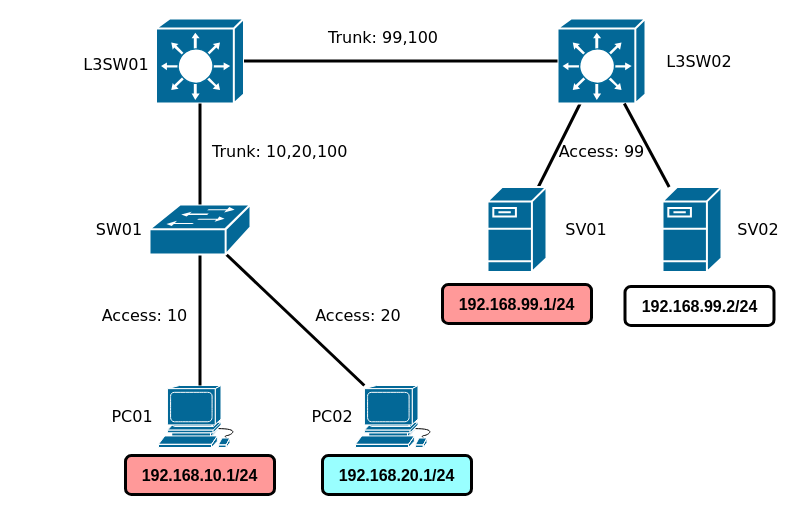
The draw.io diagram draw/no11.drawio in FikaStudio-code/YouTube, before the edit. Source tidied: cells renumbered, new cells numbered last; positions are measured from the earlier drawing's top-left corner, leaving out a move shared by most shapes. Both pictures are drawn from the tidied source at 100%, with x=0, y=0 at pixel (86, 18).
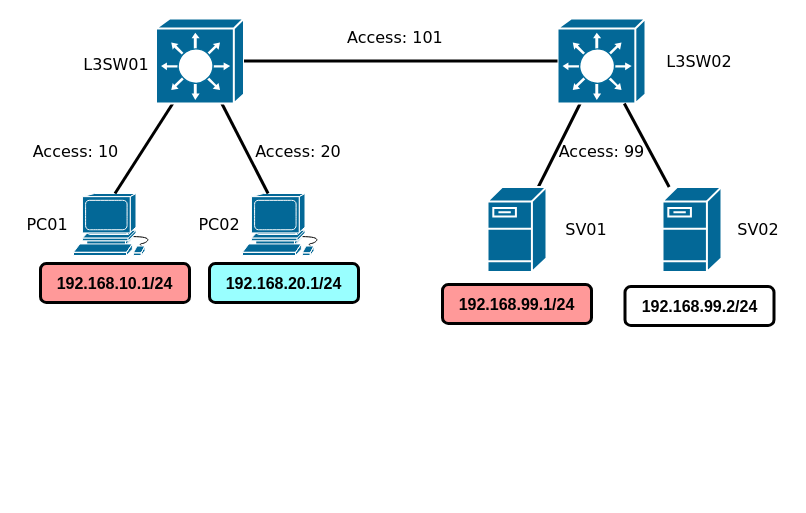
The same page after the edit.

Unchanged cells that the change refers to:
```xml
<mxCell id="14" style="shape=mxgraph.cisco.switches.layer_3_switch;sketch=0;html=1;dashed=0;fillColor=#036897;strokeColor=#ffffff;strokeWidth=2;verticalLabelPosition=bottom;verticalAlign=top;align=center;outlineConnect=0;" parent="1" vertex="1">
  <mxGeometry x="69.5" width="88" height="85" as="geometry" />
</mxCell>
```

Diff of the diagram source:
```diff
@@
     <mxCell id="2" style="shape=mxgraph.cisco.computers_and_peripherals.workstation;sketch=0;html=1;dashed=0;fillColor=#036897;strokeColor=#FFFFFF;strokeWidth=1;verticalLabelPosition=bottom;verticalAlign=top;align=center;outlineConnect=0;" parent="1" vertex="1">
-      <mxGeometry x="72" y="367" width="83" height="62" as="geometry" />
+      <mxGeometry x="-13" y="175" width="83" height="62" as="geometry" />
     </mxCell>
-    <mxCell id="3" style="edgeStyle=none;html=1;entryX=0.5;entryY=0;entryDx=0;entryDy=0;entryPerimeter=0;strokeWidth=3;endArrow=none;endFill=0;strokeColor=#000000;startArrow=none;" parent="1" edge="1" source="13" target="2">
+    <mxCell id="3" style="edgeStyle=none;html=1;entryX=0.5;entryY=0;entryDx=0;entryDy=0;entryPerimeter=0;strokeWidth=3;endArrow=none;endFill=0;strokeColor=#000000;startArrow=none;" parent="1" edge="1" source="14" target="2">
       <mxGeometry relative="1" as="geometry" />
     </mxCell>
@@
     <mxCell id="5" value="Access: 20" style="text;html=1;strokeColor=none;fillColor=none;align=center;verticalAlign=middle;whiteSpace=wrap;rounded=0;strokeWidth=1;fontColor=#000000;fontFamily=Verdana;fontSize=16;" parent="1" vertex="1">
-      <mxGeometry x="225" y="282" width="94" height="30" as="geometry" />
+      <mxGeometry x="165" y="118" width="94" height="30" as="geometry" />
     </mxCell>
     <mxCell id="6" value="PC01" style="text;html=1;strokeColor=none;fillColor=none;align=center;verticalAlign=middle;whiteSpace=wrap;rounded=0;strokeWidth=1;fontColor=#000000;fontFamily=Verdana;fontSize=16;" parent="1" vertex="1">
-      <mxGeometry x="16" y="383" width="60" height="30" as="geometry" />
+      <mxGeometry x="-69" y="191" width="60" height="30" as="geometry" />
     </mxCell>
-    <mxCell id="7" value="Trunk: 10,20,100" style="text;html=1;strokeColor=none;fillColor=none;align=left;verticalAlign=middle;whiteSpace=wrap;rounded=0;strokeWidth=1;fontColor=#000000;fontFamily=Verdana;fontSize=16;" parent="1" vertex="1">
-      <mxGeometry x="124" y="118" width="145" height="30" as="geometry" />
-    </mxCell>
     <mxCell id="8" value="Access: 10" style="text;html=1;strokeColor=none;fillColor=none;align=center;verticalAlign=middle;whiteSpace=wrap;rounded=0;strokeWidth=1;fontColor=#000000;fontFamily=Verdana;fontSize=16;" parent="1" vertex="1">
-      <mxGeometry x="9" y="282" width="99" height="30" as="geometry" />
+      <mxGeometry x="-60" y="118" width="99" height="30" as="geometry" />
     </mxCell>
     <mxCell id="9" style="shape=mxgraph.cisco.computers_and_peripherals.workstation;sketch=0;html=1;dashed=0;fillColor=#036897;strokeColor=#FFFFFF;strokeWidth=1;verticalLabelPosition=bottom;verticalAlign=top;align=center;outlineConnect=0;" parent="1" vertex="1">
-      <mxGeometry x="269" y="367" width="83" height="62" as="geometry" />
+      <mxGeometry x="156" y="175" width="83" height="62" as="geometry" />
     </mxCell>
-    <mxCell id="10" style="edgeStyle=none;html=1;strokeWidth=3;endArrow=none;endFill=0;strokeColor=#000000;" parent="1" edge="1" source="13" target="9">
+    <mxCell id="10" style="edgeStyle=none;html=1;strokeWidth=3;endArrow=none;endFill=0;strokeColor=#000000;" parent="1" edge="1" source="14" target="9">
       <mxGeometry relative="1" as="geometry" />
     </mxCell>
     <mxCell id="11" value="PC02" style="text;html=1;strokeColor=none;fillColor=none;align=center;verticalAlign=middle;whiteSpace=wrap;rounded=0;strokeWidth=1;fontColor=#000000;fontFamily=Verdana;fontSize=16;" parent="1" vertex="1">
-      <mxGeometry x="216" y="383" width="60" height="30" as="geometry" />
+      <mxGeometry x="103" y="191" width="60" height="30" as="geometry" />
     </mxCell>
-    <mxCell id="12" value="SW01" style="text;html=1;strokeColor=none;fillColor=none;align=center;verticalAlign=middle;whiteSpace=wrap;rounded=0;strokeWidth=1;fontColor=#000000;fontFamily=Verdana;fontSize=16;" parent="1" vertex="1">
-      <mxGeometry x="3" y="196" width="60" height="30" as="geometry" />
-    </mxCell>
-    <mxCell id="13" style="shape=mxgraph.cisco.switches.workgroup_switch;sketch=0;html=1;dashed=0;fillColor=#036897;strokeColor=#ffffff;strokeWidth=2;verticalLabelPosition=bottom;verticalAlign=top;align=center;outlineConnect=0;" parent="1" vertex="1">
-      <mxGeometry x="63" y="186" width="101" height="50" as="geometry" />
-    </mxCell>
@@
-    <mxCell id="15" style="edgeStyle=none;html=1;strokeWidth=3;endArrow=none;endFill=0;strokeColor=#000000;startArrow=none;" parent="1" edge="1" source="14" target="13">
-      <mxGeometry relative="1" as="geometry" />
-    </mxCell>
@@
     <mxCell id="18" value="192.168.10.1/24" style="rounded=1;whiteSpace=wrap;html=1;fontSize=16;fontStyle=1;strokeWidth=3;fillColor=#FF9999;" parent="1" vertex="1">
-      <mxGeometry x="39" y="437" width="149" height="39" as="geometry" />
+      <mxGeometry x="-46" y="245" width="149" height="39" as="geometry" />
     </mxCell>
     <mxCell id="19" value="192.168.20.1/24" style="rounded=1;whiteSpace=wrap;html=1;fontSize=16;fontStyle=1;strokeWidth=3;fillColor=#99FFFF;" parent="1" vertex="1">
-      <mxGeometry x="236" y="437" width="149" height="39" as="geometry" />
+      <mxGeometry x="123" y="245" width="149" height="39" as="geometry" />
     </mxCell>
@@
-    <mxCell id="30" value="Trunk: 99,100" style="text;html=1;strokeColor=none;fillColor=none;align=left;verticalAlign=middle;whiteSpace=wrap;rounded=0;strokeWidth=1;fontColor=#000000;fontFamily=Verdana;fontSize=16;" parent="1" vertex="1">
-      <mxGeometry x="240" y="4" width="145" height="30" as="geometry" />
+    <mxCell id="30" value="Access: 101" style="text;html=1;strokeColor=none;fillColor=none;align=left;verticalAlign=middle;whiteSpace=wrap;rounded=0;strokeWidth=1;fontColor=#000000;fontFamily=Verdana;fontSize=16;" parent="1" vertex="1">
+      <mxGeometry x="259" y="4" width="145" height="30" as="geometry" />
     </mxCell>
```
